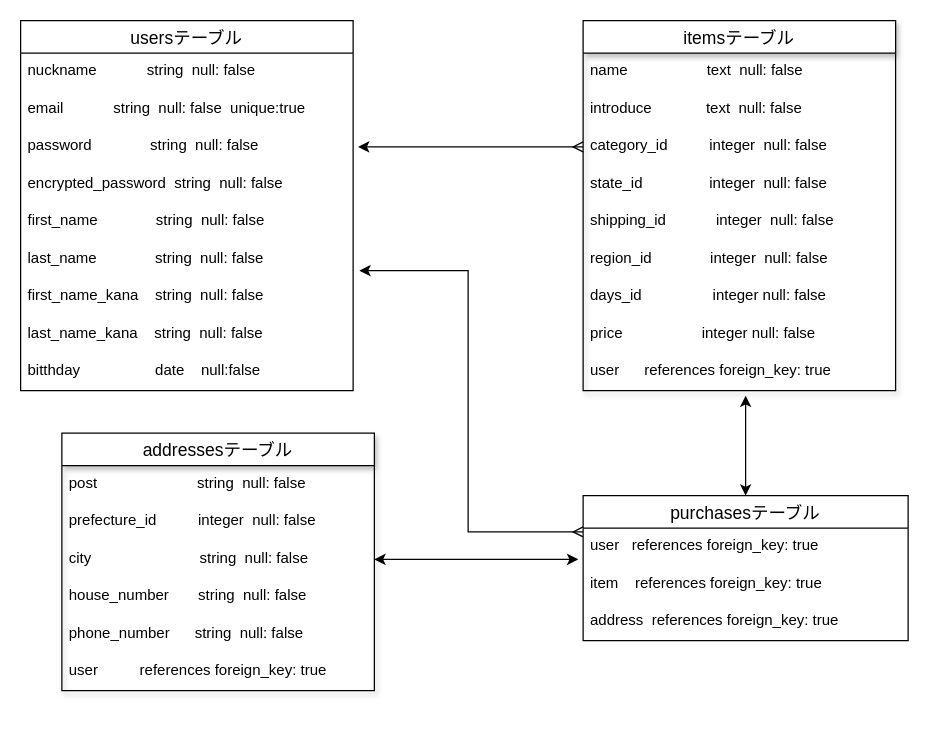
fpon/furima-34800 keeps this draw.io diagram as ER.dio. Above is the earlier version. Source tidied: cells renumbered, new cells numbered last; positions are measured from the earlier drawing's top-left corner, leaving out a move shared by most shapes. Both pictures are drawn from the tidied source at 125%, with x=0, y=0 at pixel (20, 20).
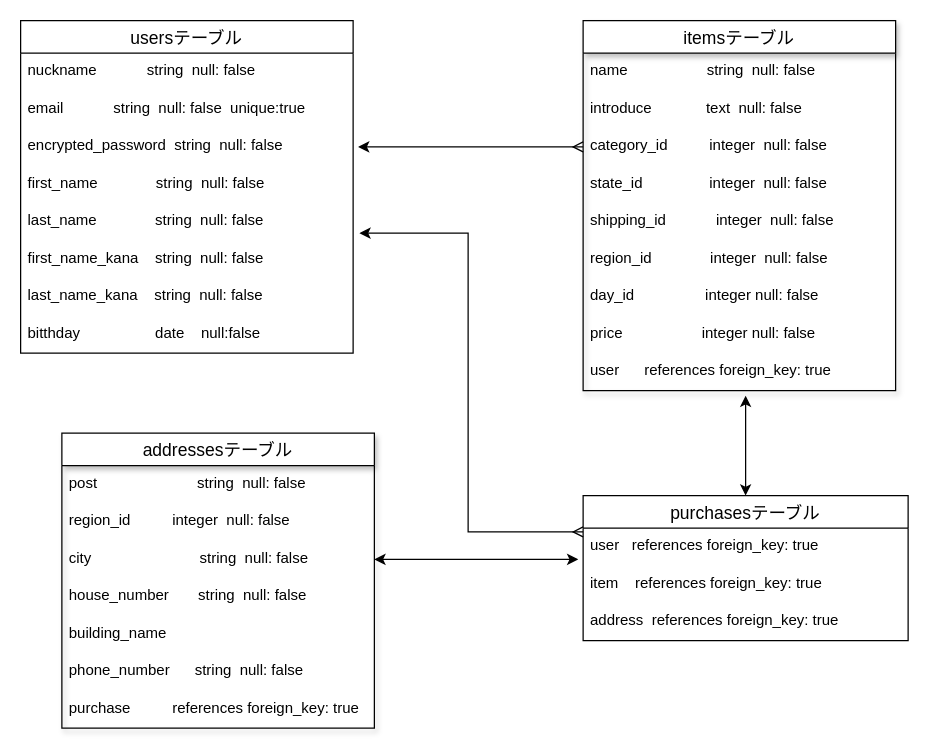
Above is the later version.

Commit message (it also covers changes not shown here):
データベース設計　修正３

Unchanged cells that the change refers to:
```xml
<mxCell id="12" value="itemsテーブル" style="swimlane;fontStyle=0;horizontal=1;startSize=26;align=center;fontSize=14;shadow=1;" parent="1" vertex="1">
  <mxGeometry x="450" width="250" height="296" as="geometry" />
</mxCell>
```

Change to the diagram source:
```diff
@@
     <mxCell id="2" value="usersテーブル" style="swimlane;fontStyle=0;horizontal=1;startSize=26;align=center;fontSize=14;" parent="1" vertex="1">
-      <mxGeometry width="266" height="296" as="geometry" />
+      <mxGeometry width="266" height="266" as="geometry" />
     </mxCell>
@@
-    <mxCell id="5" value="password              string  null: false" style="text;strokeColor=none;fillColor=none;spacingLeft=4;spacingRight=4;overflow=hidden;fontSize=12;" parent="2" vertex="1">
-      <mxGeometry y="86" width="266" height="30" as="geometry" />
-    </mxCell>
     <mxCell id="6" value="encrypted_password  string  null: false" style="text;strokeColor=none;fillColor=none;spacingLeft=4;spacingRight=4;overflow=hidden;fontSize=12;" parent="2" vertex="1">
-      <mxGeometry y="116" width="266" height="30" as="geometry" />
+      <mxGeometry y="86" width="266" height="30" as="geometry" />
     </mxCell>
     <mxCell id="7" value="first_name              string  null: false" style="text;strokeColor=none;fillColor=none;spacingLeft=4;spacingRight=4;overflow=hidden;fontSize=12;" parent="2" vertex="1">
-      <mxGeometry y="146" width="266" height="30" as="geometry" />
+      <mxGeometry y="116" width="266" height="30" as="geometry" />
     </mxCell>
     <mxCell id="8" value="last_name              string  null: false" style="text;strokeColor=none;fillColor=none;spacingLeft=4;spacingRight=4;overflow=hidden;points=[[0,0.5],[1,0.5]];portConstraint=eastwest;fontSize=12;" parent="2" vertex="1">
-      <mxGeometry y="176" width="266" height="30" as="geometry" />
+      <mxGeometry y="146" width="266" height="30" as="geometry" />
     </mxCell>
     <mxCell id="9" value="first_name_kana    string  null: false" style="text;strokeColor=none;fillColor=none;spacingLeft=4;spacingRight=4;overflow=hidden;fontSize=12;" parent="2" vertex="1">
-      <mxGeometry y="206" width="266" height="30" as="geometry" />
+      <mxGeometry y="176" width="266" height="30" as="geometry" />
     </mxCell>
     <mxCell id="10" value="last_name_kana    string  null: false" style="text;strokeColor=none;fillColor=none;spacingLeft=4;spacingRight=4;overflow=hidden;fontSize=12;startSize=30;" parent="2" vertex="1">
-      <mxGeometry y="236" width="266" height="30" as="geometry" />
+      <mxGeometry y="206" width="266" height="30" as="geometry" />
     </mxCell>
     <mxCell id="11" value="bitthday                  date    null:false&#10;" style="text;strokeColor=none;fillColor=none;spacingLeft=4;spacingRight=4;overflow=hidden;fontSize=12;startSize=30;shadow=1;" parent="2" vertex="1">
-      <mxGeometry y="266" width="266" height="30" as="geometry" />
+      <mxGeometry y="236" width="266" height="30" as="geometry" />
     </mxCell>
@@
-    <mxCell id="13" value="name                   text  null: false" style="text;strokeColor=none;fillColor=none;spacingLeft=4;spacingRight=4;overflow=hidden;fontSize=12;" parent="12" vertex="1">
+    <mxCell id="13" value="name                   string  null: false" style="text;strokeColor=none;fillColor=none;spacingLeft=4;spacingRight=4;overflow=hidden;fontSize=12;" parent="12" vertex="1">
       <mxGeometry y="26" width="250" height="30" as="geometry" />
     </mxCell>
@@
-    <mxCell id="19" value="days_id                 integer null: false&#10;                  " style="text;strokeColor=none;fillColor=none;spacingLeft=4;spacingRight=4;overflow=hidden;fontSize=12;shadow=1;startSize=30;" parent="12" vertex="1">
+    <mxCell id="19" value="day_id                 integer null: false&#10;                  " style="text;strokeColor=none;fillColor=none;spacingLeft=4;spacingRight=4;overflow=hidden;fontSize=12;shadow=1;startSize=30;" parent="12" vertex="1">
       <mxGeometry y="206" width="250" height="30" as="geometry" />
     </mxCell>
@@
     <mxCell id="22" value="addressesテーブル" style="swimlane;fontStyle=0;horizontal=1;startSize=26;align=center;fontSize=14;shadow=1;" parent="1" vertex="1">
-      <mxGeometry x="33" y="330" width="250" height="206" as="geometry" />
+      <mxGeometry x="33" y="330" width="250" height="236" as="geometry" />
     </mxCell>
@@
-    <mxCell id="24" value="prefecture_id          integer  null: false" style="text;strokeColor=none;fillColor=none;spacingLeft=4;spacingRight=4;overflow=hidden;fontSize=12;" parent="22" vertex="1">
+    <mxCell id="24" value="region_id          integer  null: false" style="text;strokeColor=none;fillColor=none;spacingLeft=4;spacingRight=4;overflow=hidden;fontSize=12;" parent="22" vertex="1">
       <mxGeometry y="56" width="250" height="30" as="geometry" />
     </mxCell>
@@
+    <mxCell id="37" value="building_name" style="text;strokeColor=none;fillColor=none;spacingLeft=4;spacingRight=4;overflow=hidden;fontSize=12;" parent="22" vertex="1">
+      <mxGeometry y="146" width="250" height="30" as="geometry" />
+    </mxCell>
     <mxCell id="27" value="phone_number      string  null: false" style="text;strokeColor=none;fillColor=none;spacingLeft=4;spacingRight=4;overflow=hidden;fontSize=12;shadow=1;startSize=30;" parent="22" vertex="1">
-      <mxGeometry y="146" width="250" height="30" as="geometry" />
+      <mxGeometry y="176" width="250" height="30" as="geometry" />
     </mxCell>
-    <mxCell id="28" value="user          references foreign_key: true" style="text;strokeColor=none;fillColor=none;spacingLeft=4;spacingRight=4;overflow=hidden;fontSize=12;shadow=1;startSize=30;" parent="22" vertex="1">
-      <mxGeometry y="176" width="250" height="30" as="geometry" />
+    <mxCell id="28" value="purchase          references foreign_key: true" style="text;strokeColor=none;fillColor=none;spacingLeft=4;spacingRight=4;overflow=hidden;fontSize=12;shadow=1;startSize=30;" parent="22" vertex="1">
+      <mxGeometry y="206" width="250" height="30" as="geometry" />
     </mxCell>
```
